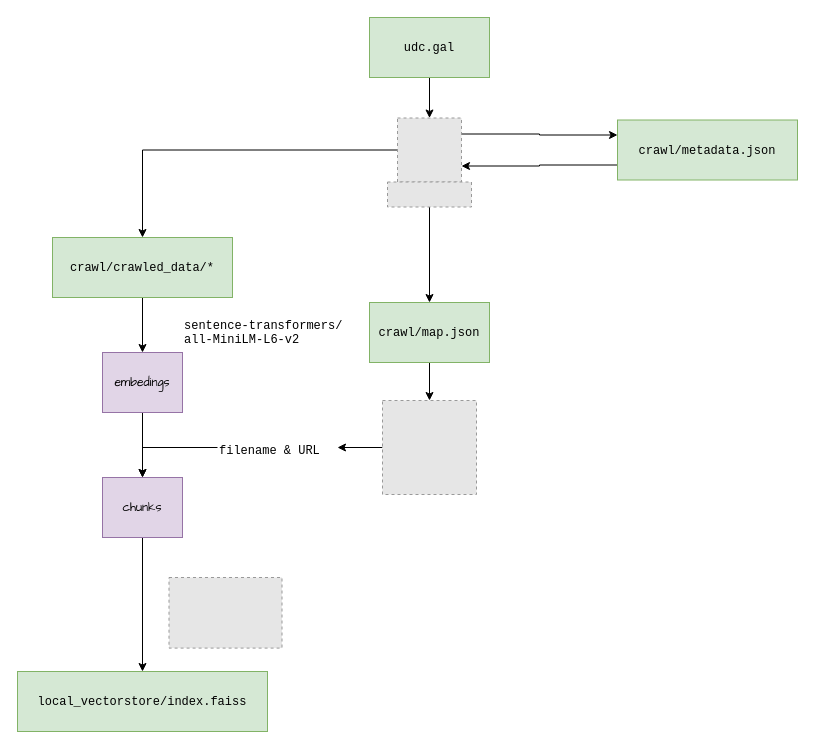
PepeRoConde/chatbotBiblioETSAC keeps this draw.io diagram as docs/assets/esquema.drawio. Above is the earlier version. Source tidied: cells renumbered, new cells numbered last; positions are measured from the earlier drawing's top-left corner, leaving out a move shared by most shapes. Both pictures are drawn from the tidied source at 100%, with x=0, y=0 at pixel (17, 17). Pictures stored in the file or linked from it are replaced by grey dashed boxes.
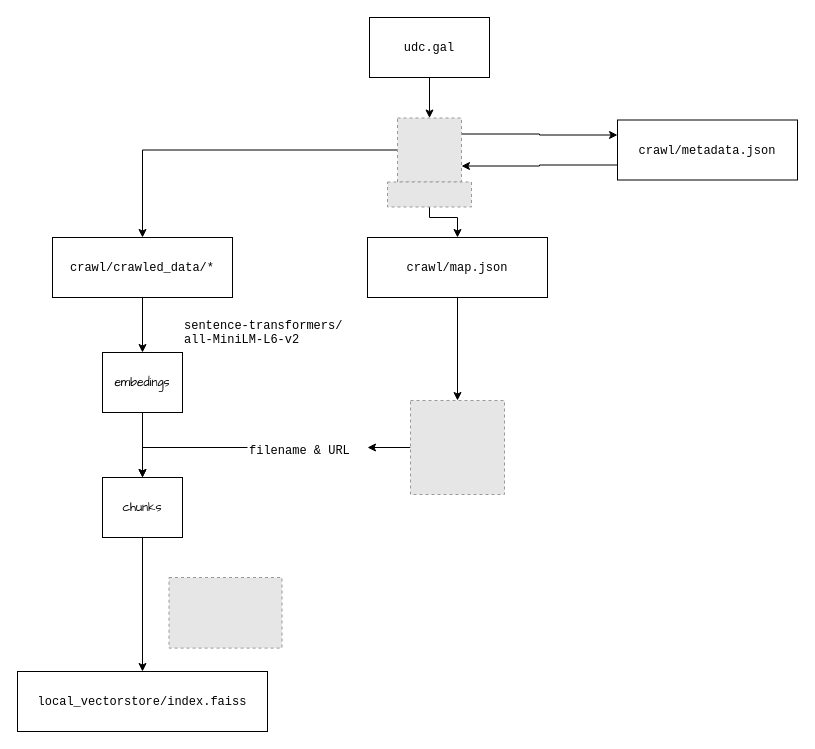
After the change.

Unchanged cells that the change refers to:
```xml
<mxCell id="10" style="fillColor=#E6E6E6;strokeColor=#999999;dashed=1;verticalLabelPosition=bottom;labelBackgroundColor=default;verticalAlign=top;" parent="1" vertex="1">
  <mxGeometry x="370" y="164.5" width="84" height="25" as="geometry" />
</mxCell>
```

What changed in the source:
```diff
@@
-    <mxCell id="3" value="&lt;font face=&quot;Courier New&quot;&gt;udc.gal&lt;/font&gt;" style="rounded=0;whiteSpace=wrap;html=1;fillColor=#d5e8d4;strokeColor=#82b366;" parent="1" vertex="1">
+    <mxCell id="3" value="&lt;font face=&quot;Courier New&quot;&gt;udc.gal&lt;/font&gt;" style="rounded=0;whiteSpace=wrap;html=1;" parent="1" vertex="1">
       <mxGeometry x="352" width="120" height="60" as="geometry" />
     </mxCell>
@@
-    <mxCell id="8" value="&lt;font face=&quot;Courier New&quot;&gt;crawl/crawled_data/*&lt;/font&gt;" style="rounded=0;whiteSpace=wrap;html=1;fillColor=#d5e8d4;strokeColor=#82b366;" parent="1" vertex="1">
+    <mxCell id="8" value="&lt;font face=&quot;Courier New&quot;&gt;crawl/crawled_data/*&lt;/font&gt;" style="rounded=0;whiteSpace=wrap;html=1;" parent="1" vertex="1">
       <mxGeometry x="35" y="220" width="180" height="60" as="geometry" />
     </mxCell>
-    <mxCell id="9" style="rounded=0;jettySize=auto;html=1;exitX=0.5;exitY=1;exitDx=0;exitDy=0;entryX=0.5;entryY=0;entryDx=0;entryDy=0;edgeStyle=orthogonalEdgeStyle;" parent="1" edge="1" source="10" target="17">
-      <mxGeometry relative="1" as="geometry" />
+    <mxCell id="9" style="edgeStyle=orthogonalEdgeStyle;rounded=0;jettySize=auto;html=1;exitX=0.5;exitY=1;exitDx=0;exitDy=0;entryX=0.5;entryY=0;entryDx=0;entryDy=0;" parent="1" edge="1" source="10" target="17">
+      <mxGeometry relative="1" as="geometry">
+        <Array as="points">
+          <mxPoint x="412" y="200" />
+          <mxPoint x="440" y="200" />
+        </Array>
+      </mxGeometry>
     </mxCell>
@@
-    <mxCell id="12" value="&lt;span style=&quot;text-align: left;&quot;&gt;&lt;font face=&quot;Comic Sans MS&quot;&gt;embedings&lt;/font&gt;&lt;/span&gt;" style="rounded=0;whiteSpace=wrap;html=1;fillColor=#e1d5e7;strokeColor=#9673a6;" parent="1" vertex="1">
+    <mxCell id="12" value="&lt;span style=&quot;text-align: left;&quot;&gt;&lt;font face=&quot;Comic Sans MS&quot;&gt;embedings&lt;/font&gt;&lt;/span&gt;" style="rounded=0;whiteSpace=wrap;html=1;" parent="1" vertex="1">
       <mxGeometry x="85" y="335" width="80" height="60" as="geometry" />
     </mxCell>
@@
-    <mxCell id="14" value="&lt;font face=&quot;Courier New&quot;&gt;local_vectorstore/index.faiss&lt;/font&gt;" style="rounded=0;whiteSpace=wrap;html=1;fillColor=#d5e8d4;strokeColor=#82b366;" parent="1" vertex="1">
+    <mxCell id="14" value="&lt;font face=&quot;Courier New&quot;&gt;local_vectorstore/index.faiss&lt;/font&gt;" style="rounded=0;whiteSpace=wrap;html=1;" parent="1" vertex="1">
       <mxGeometry y="654" width="250" height="60" as="geometry" />
     </mxCell>
@@
-    <mxCell id="17" value="&lt;font face=&quot;Courier New&quot;&gt;crawl/map.json&lt;/font&gt;" style="rounded=0;whiteSpace=wrap;html=1;fillColor=#d5e8d4;strokeColor=#82b366;" parent="1" vertex="1">
-      <mxGeometry x="352" y="285" width="120" height="60" as="geometry" />
+    <mxCell id="17" value="&lt;font face=&quot;Courier New&quot;&gt;crawl/map.json&lt;/font&gt;" style="rounded=0;whiteSpace=wrap;html=1;" parent="1" vertex="1">
+      <mxGeometry x="350" y="220" width="180" height="60" as="geometry" />
     </mxCell>
@@
-    <mxCell id="19" value="&lt;font face=&quot;Courier New&quot;&gt;crawl/metadata.json&lt;/font&gt;" style="rounded=0;whiteSpace=wrap;html=1;fillColor=#d5e8d4;strokeColor=#82b366;" parent="1" vertex="1">
+    <mxCell id="19" value="&lt;font face=&quot;Courier New&quot;&gt;crawl/metadata.json&lt;/font&gt;" style="rounded=0;whiteSpace=wrap;html=1;" parent="1" vertex="1">
       <mxGeometry x="600" y="102.5" width="180" height="60" as="geometry" />
     </mxCell>
@@
     <mxCell id="21" style="fillColor=#E6E6E6;strokeColor=#999999;dashed=1;verticalLabelPosition=bottom;labelBackgroundColor=default;verticalAlign=top;" parent="1" vertex="1">
-      <mxGeometry x="365" y="383" width="94" height="94" as="geometry" />
+      <mxGeometry x="393" y="383" width="94" height="94" as="geometry" />
     </mxCell>
@@
-    <mxCell id="23" value="&lt;span style=&quot;text-align: left;&quot;&gt;&lt;font face=&quot;Comic Sans MS&quot;&gt;chunks&lt;/font&gt;&lt;/span&gt;" style="rounded=0;whiteSpace=wrap;html=1;fillColor=#e1d5e7;strokeColor=#9673a6;" parent="1" vertex="1">
+    <mxCell id="23" value="&lt;span style=&quot;text-align: left;&quot;&gt;&lt;font face=&quot;Comic Sans MS&quot;&gt;chunks&lt;/font&gt;&lt;/span&gt;" style="rounded=0;whiteSpace=wrap;html=1;" parent="1" vertex="1">
       <mxGeometry x="85" y="460" width="80" height="60" as="geometry" />
     </mxCell>
@@
     <mxCell id="25" value="filename &amp; URL" style="text;whiteSpace=wrap;fontFamily=Courier New;" parent="1" vertex="1">
-      <mxGeometry x="200" y="420" width="120" height="20" as="geometry" />
+      <mxGeometry x="230" y="420" width="120" height="20" as="geometry" />
     </mxCell>
```
